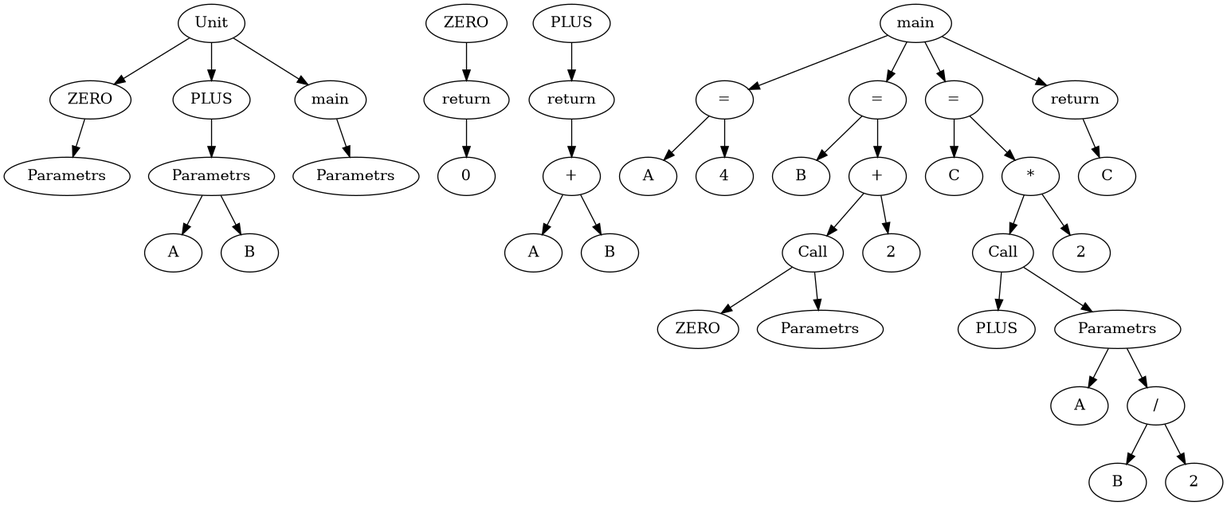
Earlier version of the Graphviz export doc/graph.png (DarkSoulEater/GreedLen). Its source is kept beside it as doc/graph.dot. The source it was exported from:
```dot
digraph AST {
	0 [label="Unit"]
	1 [label="ZERO"]
	2 [label="Parametrs"]
	3 [label="ZERO"]
	4 [label="return"]
	5 [label="0"]
	6 [label="PLUS"]
	7 [label="Parametrs"]
	8 [label="A"]
	9 [label="B"]
	10 [label="PLUS"]
	11 [label="return"]
	12 [label="+"]
	13 [label="A"]
	14 [label="B"]
	15 [label="main"]
	16 [label="Parametrs"]
	17 [label="main"]
	18 [label="="]
	19 [label="A"]
	20 [label="4"]
	21 [label="="]
	22 [label="B"]
	23 [label="+"]
	24 [label="Call"]
	25 [label="ZERO"]
	26 [label="Parametrs"]
	27 [label="2"]
	28 [label="="]
	29 [label="C"]
	30 [label="*"]
	31 [label="Call"]
	32 [label="PLUS"]
	33 [label="Parametrs"]
	34 [label="A"]
	35 [label="/"]
	36 [label="B"]
	37 [label="2"]
	38 [label="2"]
	39 [label="return"]
	40 [label="C"]
0 -> 1 [label=""]
1 -> 2 [label=""]
4 -> 5 [label=""]
3 -> 4 [label=""]
0 -> 6 [label=""]
7 -> 8 [label=""]
7 -> 9 [label=""]
6 -> 7 [label=""]
12 -> 13 [label=""]
12 -> 14 [label=""]
11 -> 12 [label=""]
10 -> 11 [label=""]
0 -> 15 [label=""]
15 -> 16 [label=""]
18 -> 19 [label=""]
18 -> 20 [label=""]
17 -> 18 [label=""]
21 -> 22 [label=""]
24 -> 25 [label=""]
24 -> 26 [label=""]
23 -> 24 [label=""]
23 -> 27 [label=""]
21 -> 23 [label=""]
17 -> 21 [label=""]
28 -> 29 [label=""]
31 -> 32 [label=""]
33 -> 34 [label=""]
35 -> 36 [label=""]
35 -> 37 [label=""]
33 -> 35 [label=""]
31 -> 33 [label=""]
30 -> 31 [label=""]
30 -> 38 [label=""]
28 -> 30 [label=""]
17 -> 28 [label=""]
39 -> 40 [label=""]
17 -> 39 [label=""]
}
```
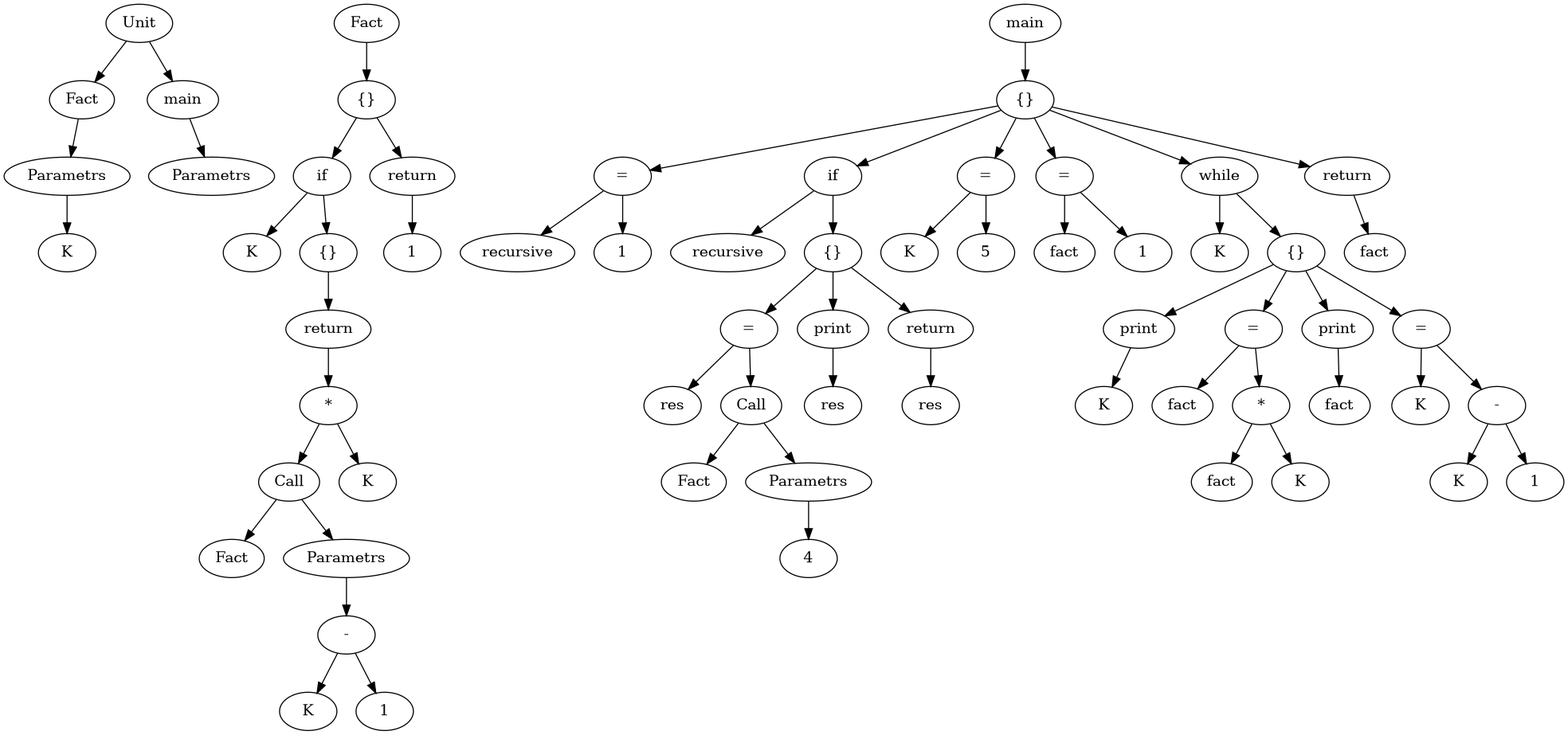
After the change.

Change to the diagram source:
```diff
@@ -1,80 +1,129 @@
 digraph AST {
 	0 [label="Unit"]
-	1 [label="ZERO"]
+	1 [label="Fact"]
 	2 [label="Parametrs"]
-	3 [label="ZERO"]
-	4 [label="return"]
-	5 [label="0"]
-	6 [label="PLUS"]
-	7 [label="Parametrs"]
-	8 [label="A"]
-	9 [label="B"]
-	10 [label="PLUS"]
-	11 [label="return"]
-	12 [label="+"]
-	13 [label="A"]
-	14 [label="B"]
-	15 [label="main"]
-	16 [label="Parametrs"]
-	17 [label="main"]
-	18 [label="="]
-	19 [label="A"]
-	20 [label="4"]
-	21 [label="="]
-	22 [label="B"]
-	23 [label="+"]
-	24 [label="Call"]
-	25 [label="ZERO"]
-	26 [label="Parametrs"]
-	27 [label="2"]
-	28 [label="="]
-	29 [label="C"]
-	30 [label="*"]
-	31 [label="Call"]
-	32 [label="PLUS"]
-	33 [label="Parametrs"]
-	34 [label="A"]
-	35 [label="/"]
-	36 [label="B"]
-	37 [label="2"]
-	38 [label="2"]
-	39 [label="return"]
-	40 [label="C"]
+	3 [label="K"]
+	4 [label="Fact"]
+	5 [label="{}"]
+	6 [label="if"]
+	7 [label="K"]
+	8 [label="{}"]
+	9 [label="return"]
+	10 [label="*"]
+	11 [label="Call"]
+	12 [label="Fact"]
+	13 [label="Parametrs"]
+	14 [label="-"]
+	15 [label="K"]
+	16 [label="1"]
+	17 [label="K"]
+	18 [label="return"]
+	19 [label="1"]
+	20 [label="main"]
+	21 [label="Parametrs"]
+	22 [label="main"]
+	23 [label="{}"]
+	24 [label="="]
+	25 [label="recursive"]
+	26 [label="1"]
+	27 [label="if"]
+	28 [label="recursive"]
+	29 [label="{}"]
+	30 [label="="]
+	31 [label="res"]
+	32 [label="Call"]
+	33 [label="Fact"]
+	34 [label="Parametrs"]
+	35 [label="4"]
+	36 [label="print"]
+	37 [label="res"]
+	38 [label="return"]
+	39 [label="res"]
+	40 [label="="]
+	41 [label="K"]
+	42 [label="5"]
+	43 [label="="]
+	44 [label="fact"]
+	45 [label="1"]
+	46 [label="while"]
+	47 [label="K"]
+	48 [label="{}"]
+	49 [label="print"]
+	50 [label="K"]
+	51 [label="="]
+	52 [label="fact"]
+	53 [label="*"]
+	54 [label="fact"]
+	55 [label="K"]
+	56 [label="print"]
+	57 [label="fact"]
+	58 [label="="]
+	59 [label="K"]
+	60 [label="-"]
+	61 [label="K"]
+	62 [label="1"]
+	63 [label="return"]
+	64 [label="fact"]
 0 -> 1 [label=""]
+2 -> 3 [label=""]
 1 -> 2 [label=""]
+6 -> 7 [label=""]
+11 -> 12 [label=""]
+14 -> 15 [label=""]
+14 -> 16 [label=""]
+13 -> 14 [label=""]
+11 -> 13 [label=""]
+10 -> 11 [label=""]
+10 -> 17 [label=""]
+9 -> 10 [label=""]
+8 -> 9 [label=""]
+6 -> 8 [label=""]
+5 -> 6 [label=""]
+18 -> 19 [label=""]
+5 -> 18 [label=""]
 4 -> 5 [label=""]
-3 -> 4 [label=""]
-0 -> 6 [label=""]
-7 -> 8 [label=""]
-7 -> 9 [label=""]
-6 -> 7 [label=""]
-12 -> 13 [label=""]
-12 -> 14 [label=""]
-11 -> 12 [label=""]
-10 -> 11 [label=""]
-0 -> 15 [label=""]
-15 -> 16 [label=""]
-18 -> 19 [label=""]
-18 -> 20 [label=""]
-17 -> 18 [label=""]
-21 -> 22 [label=""]
+0 -> 20 [label=""]
+20 -> 21 [label=""]
 24 -> 25 [label=""]
 24 -> 26 [label=""]
 23 -> 24 [label=""]
+27 -> 28 [label=""]
+30 -> 31 [label=""]
+32 -> 33 [label=""]
+34 -> 35 [label=""]
+32 -> 34 [label=""]
+30 -> 32 [label=""]
+29 -> 30 [label=""]
+36 -> 37 [label=""]
+29 -> 36 [label=""]
+38 -> 39 [label=""]
+29 -> 38 [label=""]
+27 -> 29 [label=""]
 23 -> 27 [label=""]
-21 -> 23 [label=""]
-17 -> 21 [label=""]
-28 -> 29 [label=""]
-31 -> 32 [label=""]
-33 -> 34 [label=""]
-35 -> 36 [label=""]
-35 -> 37 [label=""]
-33 -> 35 [label=""]
-31 -> 33 [label=""]
-30 -> 31 [label=""]
-30 -> 38 [label=""]
-28 -> 30 [label=""]
-17 -> 28 [label=""]
-39 -> 40 [label=""]
-17 -> 39 [label=""]
+40 -> 41 [label=""]
+40 -> 42 [label=""]
+23 -> 40 [label=""]
+43 -> 44 [label=""]
+43 -> 45 [label=""]
+23 -> 43 [label=""]
+46 -> 47 [label=""]
+49 -> 50 [label=""]
+48 -> 49 [label=""]
+51 -> 52 [label=""]
+53 -> 54 [label=""]
+53 -> 55 [label=""]
+51 -> 53 [label=""]
+48 -> 51 [label=""]
+56 -> 57 [label=""]
+48 -> 56 [label=""]
+58 -> 59 [label=""]
+60 -> 61 [label=""]
+60 -> 62 [label=""]
+58 -> 60 [label=""]
+48 -> 58 [label=""]
+46 -> 48 [label=""]
+23 -> 46 [label=""]
+63 -> 64 [label=""]
+23 -> 63 [label=""]
+22 -> 23 [label=""]
 }
```
